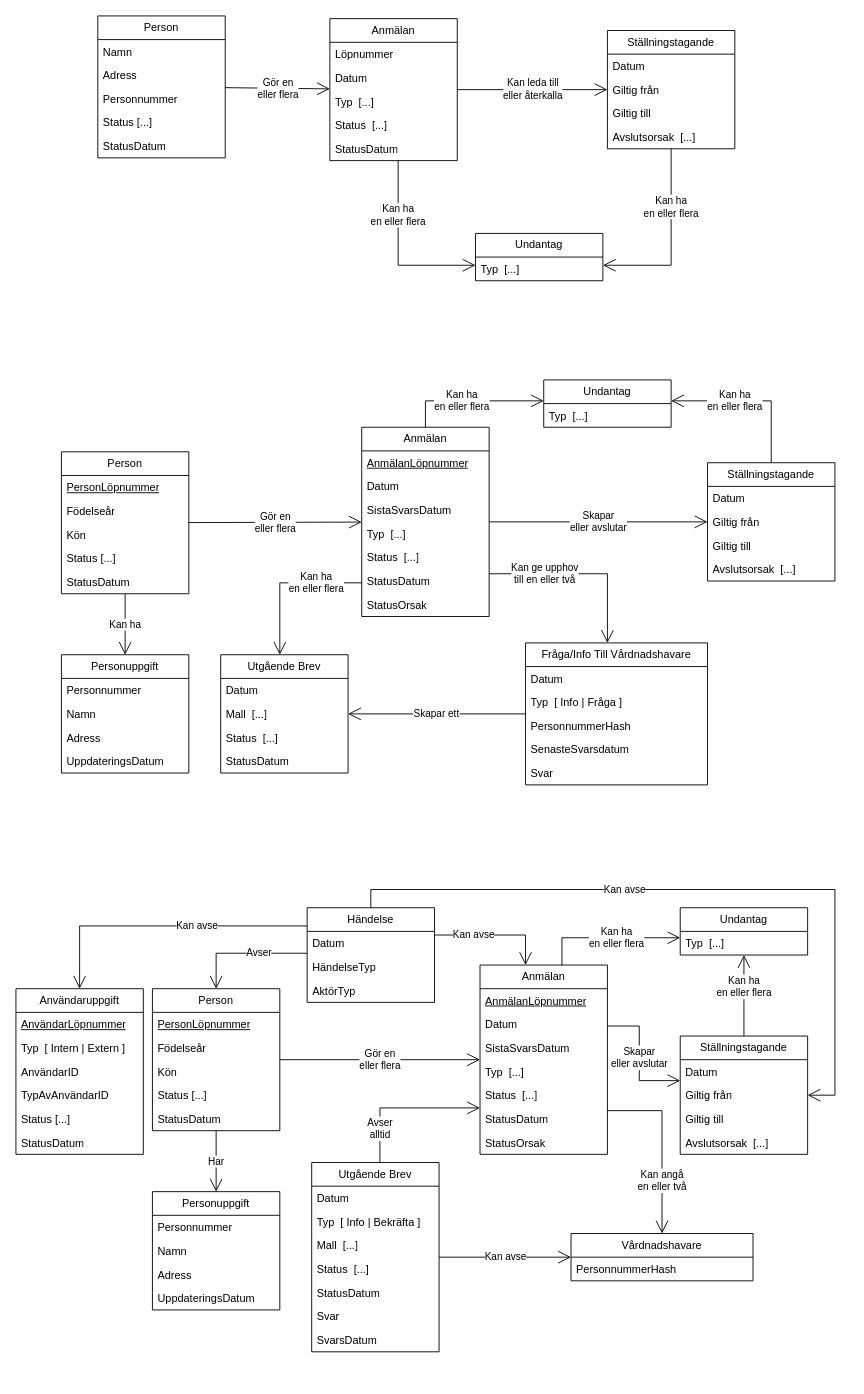
Above: page "Konceptuella modeller" (7 of 8) of Donationsregister.drawio in bhagqvist-consid/ICD11 (draw.io), before the change. Source tidied: cells renumbered, new cells numbered last; positions are measured from the earlier drawing's top-left corner, leaving out a move shared by most shapes. Both pictures are drawn from the tidied source at 91%, with x=0, y=0 at pixel (15, 15).
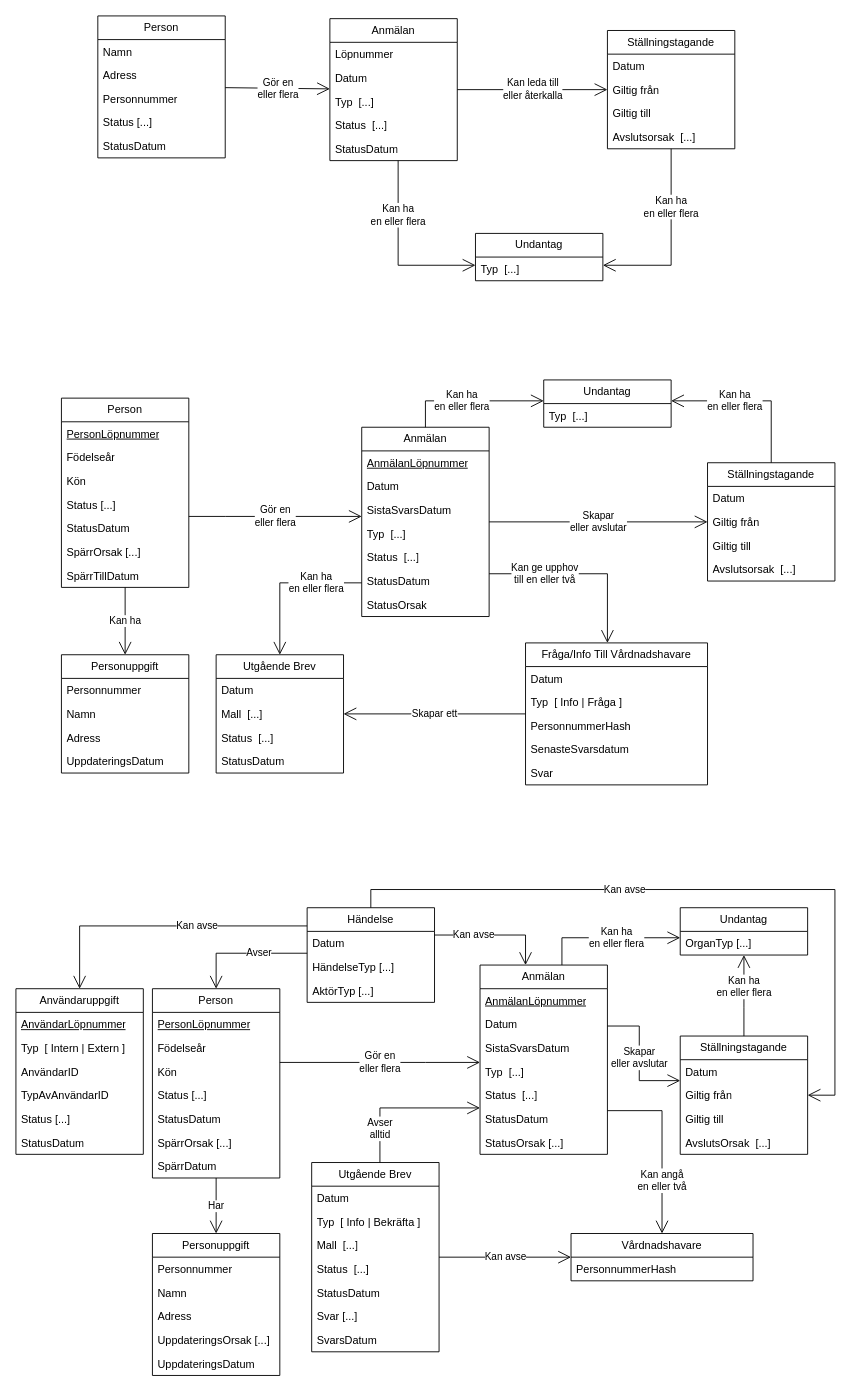
The same diagram, later.

The change refers to these unchanged cells:
```xml
<mxCell id="31" value="Anmälan" style="swimlane;fontStyle=0;horizontal=1;startSize=26;fillColor=none;whiteSpace=wrap;html=1;" parent="1" vertex="1">
  <mxGeometry x="380" y="452" width="140" height="208" as="geometry" />
</mxCell>
<mxCell id="76" value="Anmälan" style="swimlane;fontStyle=0;horizontal=1;startSize=26;fillColor=none;whiteSpace=wrap;html=1;" parent="1" vertex="1">
  <mxGeometry x="510" y="1043" width="140" height="208" as="geometry" />
</mxCell>
<mxCell id="84" value="Ställningstagande" style="swimlane;fontStyle=0;horizontal=1;startSize=26;fillColor=none;whiteSpace=wrap;html=1;" parent="1" vertex="1">
  <mxGeometry x="730" y="1121" width="140" height="130" as="geometry" />
</mxCell>
<mxCell id="91" value="Undantag" style="swimlane;fontStyle=0;horizontal=1;startSize=26;fillColor=none;whiteSpace=wrap;html=1;" parent="1" vertex="1">
  <mxGeometry x="730" y="980" width="140" height="52" as="geometry" />
</mxCell>
<mxCell id="101" value="Utgående&amp;nbsp;&lt;span style=&quot;background-color: transparent; color: light-dark(rgb(0, 0, 0), rgb(255, 255, 255));&quot;&gt;Brev&lt;/span&gt;" style="swimlane;fontStyle=0;horizontal=1;startSize=26;fillColor=none;whiteSpace=wrap;html=1;" parent="1" vertex="1">
  <mxGeometry x="325" y="1260" width="140" height="208" as="geometry" />
</mxCell>
<mxCell id="114" value="Händelse" style="swimlane;fontStyle=0;horizontal=1;startSize=26;fillColor=none;whiteSpace=wrap;html=1;" parent="1" vertex="1">
  <mxGeometry x="320" y="980" width="140" height="104" as="geometry" />
</mxCell>
```

Change to the diagram source:
```diff
@@
     <mxCell id="25" value="Person" style="swimlane;fontStyle=0;horizontal=1;startSize=26;fillColor=none;whiteSpace=wrap;html=1;" parent="1" vertex="1">
-      <mxGeometry x="50" y="479" width="140" height="156" as="geometry" />
+      <mxGeometry x="50" y="420" width="140" height="208" as="geometry" />
     </mxCell>
@@
+    <mxCell id="129" value="SpärrOrsak [...]" style="text;strokeColor=none;fillColor=none;align=left;verticalAlign=top;spacingLeft=4;spacingRight=4;overflow=hidden;whiteSpace=wrap;html=1;" parent="25" vertex="1">
+      <mxGeometry y="156" width="140" height="26" as="geometry" />
+    </mxCell>
+    <mxCell id="130" value="SpärrTillDatum" style="text;strokeColor=none;fillColor=none;align=left;verticalAlign=top;spacingLeft=4;spacingRight=4;overflow=hidden;whiteSpace=wrap;html=1;" parent="25" vertex="1">
+      <mxGeometry y="182" width="140" height="26" as="geometry" />
+    </mxCell>
@@
-    <mxCell id="44" value="Gör en&lt;div&gt;eller flera&lt;/div&gt;" style="endArrow=open;endFill=1;endSize=12;html=1;rounded=0;" parent="1" edge="1" source="25" target="31">
-      <mxGeometry relative="1" as="geometry" />
+    <mxCell id="44" value="Gör en&lt;div&gt;eller flera&lt;/div&gt;" style="endArrow=open;endFill=1;endSize=12;html=1;rounded=0;edgeStyle=orthogonalEdgeStyle;" parent="1" edge="1" source="25" target="31">
+      <mxGeometry relative="1" as="geometry">
+        <Array as="points">
+          <mxPoint x="230" y="550" />
+          <mxPoint x="230" y="550" />
+        </Array>
+      </mxGeometry>
     </mxCell>
@@
     <mxCell id="56" value="Utgående&amp;nbsp;&lt;span style=&quot;background-color: transparent; color: light-dark(rgb(0, 0, 0), rgb(255, 255, 255));&quot;&gt;Brev&lt;/span&gt;" style="swimlane;fontStyle=0;horizontal=1;startSize=26;fillColor=none;whiteSpace=wrap;html=1;" parent="1" vertex="1">
-      <mxGeometry x="225" y="702" width="140" height="130" as="geometry" />
+      <mxGeometry x="220" y="702" width="140" height="130" as="geometry" />
     </mxCell>
@@
     <mxCell id="70" value="Person" style="swimlane;fontStyle=0;horizontal=1;startSize=26;fillColor=none;whiteSpace=wrap;html=1;" parent="1" vertex="1">
-      <mxGeometry x="150" y="1069" width="140" height="156" as="geometry" />
+      <mxGeometry x="150" y="1069" width="140" height="208" as="geometry" />
     </mxCell>
@@
+    <mxCell id="131" value="SpärrOrsak [...]" style="text;strokeColor=none;fillColor=none;align=left;verticalAlign=top;spacingLeft=4;spacingRight=4;overflow=hidden;whiteSpace=wrap;html=1;" parent="70" vertex="1">
+      <mxGeometry y="156" width="140" height="26" as="geometry" />
+    </mxCell>
+    <mxCell id="132" value="SpärrDatum" style="text;strokeColor=none;fillColor=none;align=left;verticalAlign=top;spacingLeft=4;spacingRight=4;overflow=hidden;whiteSpace=wrap;html=1;" parent="70" vertex="1">
+      <mxGeometry y="182" width="140" height="26" as="geometry" />
+    </mxCell>
@@
-    <mxCell id="83" value="StatusOrsak" style="text;strokeColor=none;fillColor=none;align=left;verticalAlign=top;spacingLeft=4;spacingRight=4;overflow=hidden;whiteSpace=wrap;html=1;" parent="76" vertex="1">
+    <mxCell id="83" value="StatusOrsak [...]" style="text;strokeColor=none;fillColor=none;align=left;verticalAlign=top;spacingLeft=4;spacingRight=4;overflow=hidden;whiteSpace=wrap;html=1;" parent="76" vertex="1">
       <mxGeometry y="182" width="140" height="26" as="geometry" />
     </mxCell>
@@
-    <mxCell id="88" value="Avslutsorsak&amp;nbsp;&amp;nbsp;[...]" style="text;strokeColor=none;fillColor=none;align=left;verticalAlign=top;spacingLeft=4;spacingRight=4;overflow=hidden;whiteSpace=wrap;html=1;" parent="84" vertex="1">
+    <mxCell id="88" value="AvslutsOrsak&amp;nbsp;&amp;nbsp;[...]" style="text;strokeColor=none;fillColor=none;align=left;verticalAlign=top;spacingLeft=4;spacingRight=4;overflow=hidden;whiteSpace=wrap;html=1;" parent="84" vertex="1">
       <mxGeometry y="104" width="140" height="26" as="geometry" />
     </mxCell>
-    <mxCell id="89" value="Gör en&lt;div&gt;eller flera&lt;/div&gt;" style="endArrow=open;endFill=1;endSize=12;html=1;rounded=0;" parent="1" edge="1" source="70" target="76">
-      <mxGeometry relative="1" as="geometry" />
+    <mxCell id="89" value="Gör en&lt;div&gt;eller flera&lt;/div&gt;" style="endArrow=open;endFill=1;endSize=12;html=1;rounded=0;edgeStyle=orthogonalEdgeStyle;" parent="1" edge="1" source="70" target="76">
+      <mxGeometry relative="1" as="geometry">
+        <Array as="points">
+          <mxPoint x="450" y="1150" />
+          <mxPoint x="450" y="1150" />
+        </Array>
+      </mxGeometry>
     </mxCell>
@@
-    <mxCell id="92" value="Typ&amp;nbsp;&amp;nbsp;[...]" style="text;strokeColor=none;fillColor=none;align=left;verticalAlign=top;spacingLeft=4;spacingRight=4;overflow=hidden;whiteSpace=wrap;html=1;" parent="91" vertex="1">
+    <mxCell id="92" value="OrganTyp [...]" style="text;strokeColor=none;fillColor=none;align=left;verticalAlign=top;spacingLeft=4;spacingRight=4;overflow=hidden;whiteSpace=wrap;html=1;" parent="91" vertex="1">
       <mxGeometry y="26" width="140" height="26" as="geometry" />
     </mxCell>
@@
     <mxCell id="95" value="Personuppgift" style="swimlane;fontStyle=0;horizontal=1;startSize=26;fillColor=none;whiteSpace=wrap;html=1;" parent="1" vertex="1">
-      <mxGeometry x="150" y="1292" width="140" height="130" as="geometry" />
+      <mxGeometry x="150" y="1338" width="140" height="156" as="geometry" />
     </mxCell>
@@
-    <mxCell id="99" value="UppdateringsDatum" style="text;strokeColor=none;fillColor=none;align=left;verticalAlign=top;spacingLeft=4;spacingRight=4;overflow=hidden;whiteSpace=wrap;html=1;" parent="95" vertex="1">
+    <mxCell id="99" value="UppdateringsOrsak [...]" style="text;strokeColor=none;fillColor=none;align=left;verticalAlign=top;spacingLeft=4;spacingRight=4;overflow=hidden;whiteSpace=wrap;html=1;" parent="95" vertex="1">
       <mxGeometry y="104" width="140" height="26" as="geometry" />
     </mxCell>
+    <mxCell id="133" value="UppdateringsDatum" style="text;strokeColor=none;fillColor=none;align=left;verticalAlign=top;spacingLeft=4;spacingRight=4;overflow=hidden;whiteSpace=wrap;html=1;" parent="95" vertex="1">
+      <mxGeometry y="130" width="140" height="26" as="geometry" />
+    </mxCell>
@@
-    <mxCell id="107" value="Svar" style="text;strokeColor=none;fillColor=none;align=left;verticalAlign=top;spacingLeft=4;spacingRight=4;overflow=hidden;whiteSpace=wrap;html=1;" parent="101" vertex="1">
+    <mxCell id="107" value="Svar [...]" style="text;strokeColor=none;fillColor=none;align=left;verticalAlign=top;spacingLeft=4;spacingRight=4;overflow=hidden;whiteSpace=wrap;html=1;" parent="101" vertex="1">
       <mxGeometry y="156" width="140" height="26" as="geometry" />
     </mxCell>
@@
-    <mxCell id="116" value="HändelseTyp" style="text;strokeColor=none;fillColor=none;align=left;verticalAlign=top;spacingLeft=4;spacingRight=4;overflow=hidden;whiteSpace=wrap;html=1;" parent="114" vertex="1">
+    <mxCell id="116" value="HändelseTyp [...]" style="text;strokeColor=none;fillColor=none;align=left;verticalAlign=top;spacingLeft=4;spacingRight=4;overflow=hidden;whiteSpace=wrap;html=1;" parent="114" vertex="1">
       <mxGeometry y="52" width="140" height="26" as="geometry" />
     </mxCell>
-    <mxCell id="117" value="AktörTyp" style="text;strokeColor=none;fillColor=none;align=left;verticalAlign=top;spacingLeft=4;spacingRight=4;overflow=hidden;whiteSpace=wrap;html=1;" parent="114" vertex="1">
+    <mxCell id="117" value="AktörTyp [...]" style="text;strokeColor=none;fillColor=none;align=left;verticalAlign=top;spacingLeft=4;spacingRight=4;overflow=hidden;whiteSpace=wrap;html=1;" parent="114" vertex="1">
       <mxGeometry y="78" width="140" height="26" as="geometry" />
     </mxCell>
```
